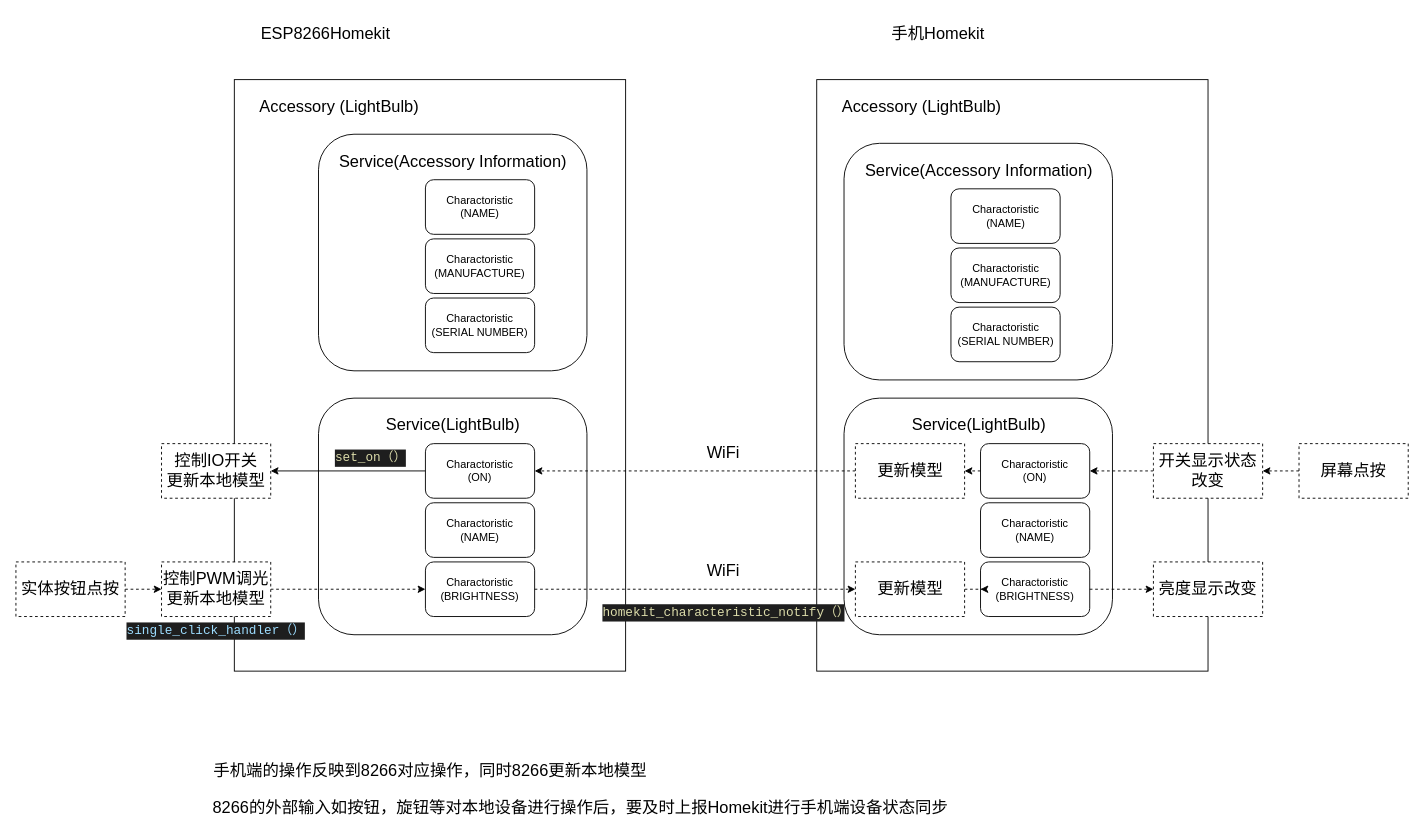
Before: LightBulb/homekit模型.drawio in foggyhlw/homekit-diy, a draw.io diagram. Source tidied: cells renumbered, new cells numbered last; positions are measured from the earlier drawing's top-left corner, leaving out a move shared by most shapes. Both pictures are drawn from the tidied source at 91%, with x=0, y=0 at pixel (15, 25).
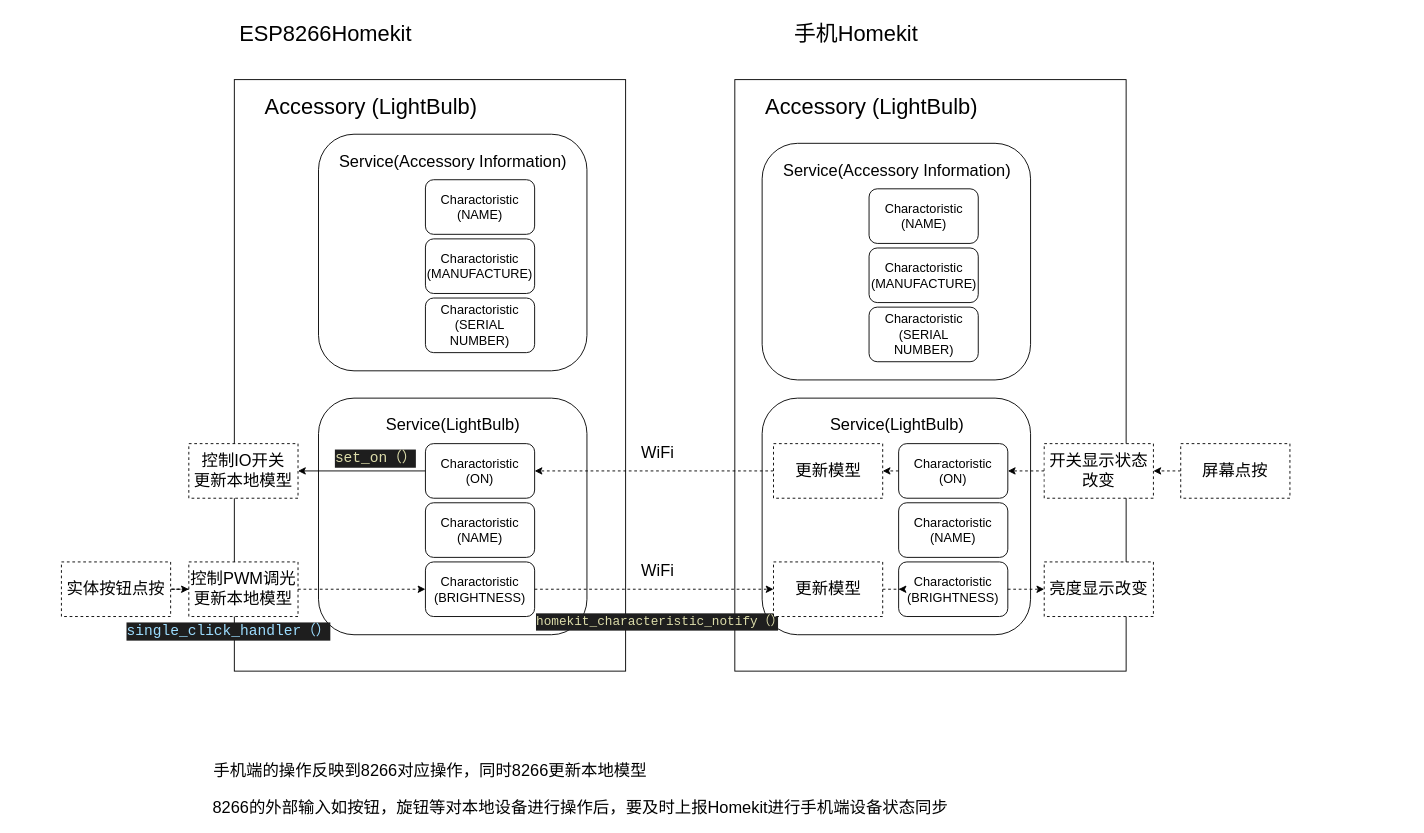
Above is the later version.

The change refers to these unchanged cells:
```xml
<mxCell id="6" style="group;" parent="1" vertex="1">
  <mxGeometry x="450" y="170" width="120" height="190" as="geometry" />
</mxCell>
<mxCell id="12" style="group;" parent="1" vertex="1">
  <mxGeometry x="450" y="460" width="120" height="190" as="geometry" />
</mxCell>
```

Change to the diagram source:
```diff
@@
-    <mxCell id="4" value="&lt;font style=&quot;font-size: 18px;&quot;&gt;Accessory (LightBulb)&lt;/font&gt;" style="text;html=1;align=center;verticalAlign=middle;fillColor=none;strokeColor=none;rounded=0;" parent="1" vertex="1">
-      <mxGeometry x="260" y="80" width="190" height="20" as="geometry" />
+    <mxCell id="4" value="&lt;font style=&quot;font-size: 24px;&quot;&gt;Accessory (LightBulb)&lt;/font&gt;" style="text;html=1;align=center;verticalAlign=middle;fillColor=none;strokeColor=none;rounded=0;" parent="1" vertex="1">
+      <mxGeometry x="260" y="70" width="260" height="40" as="geometry" />
     </mxCell>
@@
-    <mxCell id="7" value="Charactoristic&lt;br&gt;(NAME)" style="rounded=1;whiteSpace=wrap;html=1;" parent="6" vertex="1">
+    <mxCell id="7" value="&lt;font style=&quot;font-size: 14px;&quot;&gt;Charactoristic&lt;br&gt;(NAME)&lt;/font&gt;" style="rounded=1;whiteSpace=wrap;html=1;" parent="6" vertex="1">
       <mxGeometry width="120" height="60" as="geometry" />
     </mxCell>
-    <mxCell id="8" value="&lt;span style=&quot;&quot;&gt;Charactoristic&lt;/span&gt;&lt;br style=&quot;&quot;&gt;&lt;span style=&quot;&quot;&gt;(MANUFACTURE)&lt;/span&gt;" style="rounded=1;whiteSpace=wrap;html=1;" parent="6" vertex="1">
+    <mxCell id="8" value="&lt;font style=&quot;font-size: 14px;&quot;&gt;&lt;span style=&quot;&quot;&gt;Charactoristic&lt;/span&gt;&lt;br style=&quot;&quot;&gt;&lt;span style=&quot;&quot;&gt;(MANUFACTURE)&lt;/span&gt;&lt;/font&gt;" style="rounded=1;whiteSpace=wrap;html=1;" parent="6" vertex="1">
       <mxGeometry y="65" width="120" height="60" as="geometry" />
     </mxCell>
-    <mxCell id="9" value="&lt;span style=&quot;&quot;&gt;Charactoristic&lt;/span&gt;&lt;br style=&quot;&quot;&gt;&lt;span style=&quot;&quot;&gt;(SERIAL NUMBER)&lt;/span&gt;" style="rounded=1;whiteSpace=wrap;html=1;" parent="6" vertex="1">
+    <mxCell id="9" value="&lt;font style=&quot;font-size: 14px;&quot;&gt;&lt;span style=&quot;&quot;&gt;Charactoristic&lt;/span&gt;&lt;br style=&quot;&quot;&gt;&lt;span style=&quot;&quot;&gt;(SERIAL NUMBER)&lt;/span&gt;&lt;/font&gt;" style="rounded=1;whiteSpace=wrap;html=1;" parent="6" vertex="1">
       <mxGeometry y="130" width="120" height="60" as="geometry" />
     </mxCell>
@@
-    <mxCell id="13" value="Charactoristic&lt;br&gt;(ON)" style="rounded=1;whiteSpace=wrap;html=1;" parent="12" vertex="1">
+    <mxCell id="13" value="&lt;font style=&quot;font-size: 14px;&quot;&gt;Charactoristic&lt;br&gt;(ON)&lt;/font&gt;" style="rounded=1;whiteSpace=wrap;html=1;" parent="12" vertex="1">
       <mxGeometry width="120" height="60" as="geometry" />
     </mxCell>
-    <mxCell id="14" value="&lt;span style=&quot;&quot;&gt;Charactoristic&lt;/span&gt;&lt;br style=&quot;&quot;&gt;&lt;span style=&quot;&quot;&gt;(NAME)&lt;/span&gt;" style="rounded=1;whiteSpace=wrap;html=1;" parent="12" vertex="1">
+    <mxCell id="14" value="&lt;font style=&quot;font-size: 14px;&quot;&gt;&lt;span style=&quot;&quot;&gt;Charactoristic&lt;/span&gt;&lt;br style=&quot;&quot;&gt;&lt;span style=&quot;&quot;&gt;(NAME)&lt;/span&gt;&lt;/font&gt;" style="rounded=1;whiteSpace=wrap;html=1;" parent="12" vertex="1">
       <mxGeometry y="65" width="120" height="60" as="geometry" />
     </mxCell>
-    <mxCell id="15" value="&lt;span style=&quot;&quot;&gt;Charactoristic&lt;/span&gt;&lt;br style=&quot;&quot;&gt;&lt;span style=&quot;&quot;&gt;(BRIGHTNESS)&lt;/span&gt;" style="rounded=1;whiteSpace=wrap;html=1;" parent="12" vertex="1">
+    <mxCell id="15" value="&lt;font style=&quot;font-size: 14px;&quot;&gt;&lt;span style=&quot;&quot;&gt;Charactoristic&lt;/span&gt;&lt;br style=&quot;&quot;&gt;&lt;span style=&quot;&quot;&gt;(BRIGHTNESS)&lt;/span&gt;&lt;/font&gt;" style="rounded=1;whiteSpace=wrap;html=1;" parent="12" vertex="1">
       <mxGeometry y="130" width="120" height="60" as="geometry" />
     </mxCell>
     <mxCell id="16" style="rounded=0;whiteSpace=wrap;html=1;" parent="1" vertex="1">
-      <mxGeometry x="880" y="60" width="430" height="650" as="geometry" />
+      <mxGeometry x="790" y="60" width="430" height="650" as="geometry" />
     </mxCell>
     <mxCell id="17" style="rounded=1;whiteSpace=wrap;html=1;" parent="1" vertex="1">
-      <mxGeometry x="910" y="130" width="295" height="260" as="geometry" />
+      <mxGeometry x="820" y="130" width="295" height="260" as="geometry" />
     </mxCell>
-    <mxCell id="18" value="&lt;font style=&quot;font-size: 18px;&quot;&gt;Accessory (LightBulb)&lt;/font&gt;" style="text;html=1;align=center;verticalAlign=middle;fillColor=none;strokeColor=none;rounded=0;" parent="1" vertex="1">
-      <mxGeometry x="900" y="80" width="190" height="20" as="geometry" />
+    <mxCell id="18" value="&lt;font style=&quot;font-size: 24px;&quot;&gt;Accessory (LightBulb)&lt;/font&gt;" style="text;html=1;align=center;verticalAlign=middle;fillColor=none;strokeColor=none;rounded=0;" parent="1" vertex="1">
+      <mxGeometry x="810" y="70" width="260" height="40" as="geometry" />
     </mxCell>
     <mxCell id="19" value="&lt;font style=&quot;font-size: 18px;&quot;&gt;Service(Accessory Information)&lt;/font&gt;" style="text;html=1;align=center;verticalAlign=middle;fillColor=none;strokeColor=none;rounded=0;" parent="1" vertex="1">
-      <mxGeometry x="922.5" y="150" width="270" height="20" as="geometry" />
+      <mxGeometry x="832.5" y="150" width="270" height="20" as="geometry" />
     </mxCell>
     <mxCell id="20" style="group;" parent="1" vertex="1">
-      <mxGeometry x="1027.5" y="180" width="120" height="190" as="geometry" />
+      <mxGeometry x="937.5" y="180" width="120" height="190" as="geometry" />
     </mxCell>
-    <mxCell id="21" value="Charactoristic&lt;br&gt;(NAME)" style="rounded=1;whiteSpace=wrap;html=1;" parent="20" vertex="1">
+    <mxCell id="21" value="&lt;font style=&quot;font-size: 14px;&quot;&gt;Charactoristic&lt;br&gt;(NAME)&lt;/font&gt;" style="rounded=1;whiteSpace=wrap;html=1;" parent="20" vertex="1">
       <mxGeometry width="120" height="60" as="geometry" />
     </mxCell>
-    <mxCell id="22" value="&lt;span style=&quot;&quot;&gt;Charactoristic&lt;/span&gt;&lt;br style=&quot;&quot;&gt;&lt;span style=&quot;&quot;&gt;(MANUFACTURE)&lt;/span&gt;" style="rounded=1;whiteSpace=wrap;html=1;" parent="20" vertex="1">
+    <mxCell id="22" value="&lt;font style=&quot;font-size: 14px;&quot;&gt;&lt;span style=&quot;&quot;&gt;Charactoristic&lt;/span&gt;&lt;br style=&quot;&quot;&gt;&lt;span style=&quot;&quot;&gt;(MANUFACTURE)&lt;/span&gt;&lt;/font&gt;" style="rounded=1;whiteSpace=wrap;html=1;" parent="20" vertex="1">
       <mxGeometry y="65" width="120" height="60" as="geometry" />
     </mxCell>
-    <mxCell id="23" value="&lt;span style=&quot;&quot;&gt;Charactoristic&lt;/span&gt;&lt;br style=&quot;&quot;&gt;&lt;span style=&quot;&quot;&gt;(SERIAL NUMBER)&lt;/span&gt;" style="rounded=1;whiteSpace=wrap;html=1;" parent="20" vertex="1">
+    <mxCell id="23" value="&lt;font style=&quot;font-size: 14px;&quot;&gt;&lt;span style=&quot;&quot;&gt;Charactoristic&lt;/span&gt;&lt;br style=&quot;&quot;&gt;&lt;span style=&quot;&quot;&gt;(SERIAL NUMBER)&lt;/span&gt;&lt;/font&gt;" style="rounded=1;whiteSpace=wrap;html=1;" parent="20" vertex="1">
       <mxGeometry y="130" width="120" height="60" as="geometry" />
     </mxCell>
     <mxCell id="24" style="rounded=1;whiteSpace=wrap;html=1;" parent="1" vertex="1">
-      <mxGeometry x="910" y="410" width="295" height="260" as="geometry" />
+      <mxGeometry x="820" y="410" width="295" height="260" as="geometry" />
     </mxCell>
     <mxCell id="25" value="&lt;font style=&quot;font-size: 18px;&quot;&gt;Service(LightBulb)&lt;/font&gt;" style="text;html=1;align=center;verticalAlign=middle;fillColor=none;strokeColor=none;rounded=0;" parent="1" vertex="1">
-      <mxGeometry x="977.5" y="430" width="160" height="20" as="geometry" />
+      <mxGeometry x="887.5" y="430" width="160" height="20" as="geometry" />
     </mxCell>
     <mxCell id="26" style="group;" parent="1" vertex="1">
-      <mxGeometry x="1060" y="460" width="120" height="190" as="geometry" />
+      <mxGeometry x="970" y="460" width="120" height="190" as="geometry" />
     </mxCell>
-    <mxCell id="27" value="Charactoristic&lt;br&gt;(ON)" style="rounded=1;whiteSpace=wrap;html=1;" parent="26" vertex="1">
+    <mxCell id="27" value="&lt;font style=&quot;font-size: 14px;&quot;&gt;Charactoristic&lt;br&gt;(ON)&lt;/font&gt;" style="rounded=1;whiteSpace=wrap;html=1;" parent="26" vertex="1">
       <mxGeometry width="120" height="60" as="geometry" />
     </mxCell>
-    <mxCell id="28" value="&lt;span style=&quot;&quot;&gt;Charactoristic&lt;/span&gt;&lt;br style=&quot;&quot;&gt;&lt;span style=&quot;&quot;&gt;(NAME)&lt;/span&gt;" style="rounded=1;whiteSpace=wrap;html=1;" parent="26" vertex="1">
+    <mxCell id="28" value="&lt;font style=&quot;font-size: 14px;&quot;&gt;&lt;span style=&quot;&quot;&gt;Charactoristic&lt;/span&gt;&lt;br style=&quot;&quot;&gt;&lt;span style=&quot;&quot;&gt;(NAME)&lt;/span&gt;&lt;/font&gt;" style="rounded=1;whiteSpace=wrap;html=1;" parent="26" vertex="1">
       <mxGeometry y="65" width="120" height="60" as="geometry" />
     </mxCell>
-    <mxCell id="29" value="&lt;span style=&quot;&quot;&gt;Charactoristic&lt;/span&gt;&lt;br style=&quot;&quot;&gt;&lt;span style=&quot;&quot;&gt;(BRIGHTNESS)&lt;/span&gt;" style="rounded=1;whiteSpace=wrap;html=1;" parent="26" vertex="1">
+    <mxCell id="29" value="&lt;font style=&quot;font-size: 14px;&quot;&gt;&lt;span style=&quot;&quot;&gt;Charactoristic&lt;/span&gt;&lt;br style=&quot;&quot;&gt;&lt;span style=&quot;&quot;&gt;(BRIGHTNESS)&lt;/span&gt;&lt;/font&gt;" style="rounded=1;whiteSpace=wrap;html=1;" parent="26" vertex="1">
       <mxGeometry y="130" width="120" height="60" as="geometry" />
     </mxCell>
@@
     <mxCell id="31" value="屏幕点按" style="rounded=0;whiteSpace=wrap;html=1;labelBackgroundColor=#FFFFFF;fontSize=18;dashed=1;" parent="1" vertex="1">
-      <mxGeometry x="1410" y="460" width="120" height="60" as="geometry" />
+      <mxGeometry x="1280" y="460" width="120" height="60" as="geometry" />
     </mxCell>
-    <mxCell id="32" value="&lt;font style=&quot;font-size: 18px;&quot;&gt;手机Homekit&lt;/font&gt;" style="text;html=1;align=center;verticalAlign=middle;fillColor=none;strokeColor=none;rounded=0;" parent="1" vertex="1">
-      <mxGeometry x="952.5" width="120" height="20" as="geometry" />
+    <mxCell id="32" value="&lt;font style=&quot;font-size: 24px;&quot;&gt;手机Homekit&lt;/font&gt;" style="text;html=1;align=center;verticalAlign=middle;fillColor=none;strokeColor=none;rounded=0;" parent="1" vertex="1">
+      <mxGeometry x="842.5" y="-10" width="160" height="40" as="geometry" />
     </mxCell>
-    <mxCell id="33" value="&lt;span style=&quot;font-size: 18px;&quot;&gt;ESP8266Homekit&lt;/span&gt;" style="text;html=1;align=center;verticalAlign=middle;fillColor=none;strokeColor=none;rounded=0;" parent="1" vertex="1">
-      <mxGeometry x="260" width="160" height="20" as="geometry" />
+    <mxCell id="33" value="&lt;font style=&quot;font-size: 24px;&quot;&gt;ESP8266Homekit&lt;/font&gt;" style="text;html=1;align=center;verticalAlign=middle;fillColor=none;strokeColor=none;rounded=0;" parent="1" vertex="1">
+      <mxGeometry x="235" y="-10" width="210" height="40" as="geometry" />
     </mxCell>
@@
     <mxCell id="37" value="&lt;font style=&quot;font-size: 18px;&quot;&gt;WiFi&lt;/font&gt;" style="text;html=1;align=center;verticalAlign=middle;fillColor=none;strokeColor=none;rounded=0;" parent="1" vertex="1">
-      <mxGeometry x="752" y="460" width="50" height="20" as="geometry" />
+      <mxGeometry x="680" y="460" width="50" height="20" as="geometry" />
     </mxCell>
     <mxCell id="38" value="控制IO开关&lt;br&gt;更新本地模型" style="rounded=0;whiteSpace=wrap;html=1;labelBackgroundColor=#FFFFFF;fontSize=18;dashed=1;" parent="1" vertex="1">
-      <mxGeometry x="160" y="460" width="120" height="60" as="geometry" />
+      <mxGeometry x="190" y="460" width="120" height="60" as="geometry" />
     </mxCell>
@@
     <mxCell id="40" value="更新模型" style="rounded=0;whiteSpace=wrap;html=1;dashed=1;labelBackgroundColor=#FFFFFF;fontSize=18;" parent="1" vertex="1">
-      <mxGeometry x="922.5" y="460" width="120" height="60" as="geometry" />
+      <mxGeometry x="832.5" y="460" width="120" height="60" as="geometry" />
     </mxCell>
-    <mxCell id="41" value="&lt;div style=&quot;color: rgb(212, 212, 212); background-color: rgb(30, 30, 30); font-family: Consolas, &amp;quot;Courier New&amp;quot;, monospace; font-weight: normal; font-size: 14px; line-height: 19px;&quot;&gt;&lt;div&gt;&lt;span style=&quot;color: #dcdcaa;&quot;&gt;set_on（）&lt;/span&gt;&lt;/div&gt;&lt;/div&gt;" style="text;whiteSpace=wrap;html=1;fontSize=18;" parent="1" vertex="1">
+    <mxCell id="41" value="&lt;div style=&quot;color: rgb(212, 212, 212); background-color: rgb(30, 30, 30); font-family: Consolas, &amp;quot;Courier New&amp;quot;, monospace; font-weight: normal; line-height: 19px;&quot;&gt;&lt;div style=&quot;&quot;&gt;&lt;span style=&quot;color: rgb(220, 220, 170);&quot;&gt;&lt;font style=&quot;font-size: 16px;&quot;&gt;set_on（）&lt;/font&gt;&lt;/span&gt;&lt;/div&gt;&lt;/div&gt;" style="text;whiteSpace=wrap;html=1;fontSize=18;" parent="1" vertex="1">
       <mxGeometry x="349" y="460" width="91" height="30" as="geometry" />
     </mxCell>
@@
     <mxCell id="43" value="实体按钮点按" style="rounded=0;whiteSpace=wrap;html=1;labelBackgroundColor=#FFFFFF;fontSize=18;dashed=1;" parent="1" vertex="1">
-      <mxGeometry y="590" width="120" height="60" as="geometry" />
+      <mxGeometry x="50" y="590" width="120" height="60" as="geometry" />
     </mxCell>
@@
     <mxCell id="45" value="控制PWM调光&lt;br&gt;更新本地模型" style="rounded=0;whiteSpace=wrap;html=1;labelBackgroundColor=#FFFFFF;fontSize=18;dashed=1;" parent="1" vertex="1">
-      <mxGeometry x="160" y="590" width="120" height="60" as="geometry" />
+      <mxGeometry x="190" y="590" width="120" height="60" as="geometry" />
     </mxCell>
-    <mxCell id="46" value="&lt;div style=&quot;color: rgb(212, 212, 212); background-color: rgb(30, 30, 30); font-family: Consolas, &amp;quot;Courier New&amp;quot;, monospace; font-weight: normal; font-size: 14px; line-height: 19px;&quot;&gt;&lt;div&gt;&lt;span style=&quot;color: #9cdcfe;&quot;&gt;single_click_handler（）&lt;/span&gt;&lt;/div&gt;&lt;/div&gt;" style="text;whiteSpace=wrap;html=1;fontSize=18;" parent="1" vertex="1">
-      <mxGeometry x="120" y="650" width="200" height="30" as="geometry" />
+    <mxCell id="46" value="&lt;div style=&quot;color: rgb(212, 212, 212); background-color: rgb(30, 30, 30); font-family: Consolas, &amp;quot;Courier New&amp;quot;, monospace; font-weight: normal; line-height: 19px;&quot;&gt;&lt;div style=&quot;&quot;&gt;&lt;span style=&quot;color: rgb(156, 220, 254);&quot;&gt;&lt;font style=&quot;font-size: 16px;&quot;&gt;single_click_handler（）&lt;/font&gt;&lt;/span&gt;&lt;/div&gt;&lt;/div&gt;" style="text;whiteSpace=wrap;html=1;fontSize=18;" parent="1" vertex="1">
+      <mxGeometry x="120" y="650" width="240" height="30" as="geometry" />
     </mxCell>
     <mxCell id="47" style="edgeStyle=orthogonalEdgeStyle;rounded=0;jettySize=auto;html=1;dashed=1;fontSize=18;startArrow=none;" parent="1" edge="1" source="50">
       <mxGeometry relative="1" as="geometry">
-        <mxPoint x="1060" y="620" as="targetPoint" />
+        <mxPoint x="970" y="620" as="targetPoint" />
       </mxGeometry>
     </mxCell>
     <mxCell id="48" value="&lt;font style=&quot;font-size: 18px;&quot;&gt;WiFi&lt;/font&gt;" style="text;html=1;align=center;verticalAlign=middle;fillColor=none;strokeColor=none;rounded=0;" parent="1" vertex="1">
-      <mxGeometry x="752" y="590" width="50" height="20" as="geometry" />
+      <mxGeometry x="680" y="590" width="50" height="20" as="geometry" />
     </mxCell>
     <mxCell id="49" value="&lt;div style=&quot;color: rgb(212, 212, 212); background-color: rgb(30, 30, 30); font-family: Consolas, &amp;quot;Courier New&amp;quot;, monospace; font-weight: normal; font-size: 14px; line-height: 19px;&quot;&gt;&lt;div&gt;&lt;span style=&quot;color: #dcdcaa;&quot;&gt;homekit_characteristic_notify（）&lt;/span&gt;&lt;/div&gt;&lt;/div&gt;" style="text;whiteSpace=wrap;html=1;fontSize=18;" parent="1" vertex="1">
-      <mxGeometry x="643.2" y="630" width="267.5" height="30" as="geometry" />
+      <mxGeometry x="570" y="640" width="267.5" height="30" as="geometry" />
     </mxCell>
     <mxCell id="50" value="更新模型" style="rounded=0;whiteSpace=wrap;html=1;dashed=1;labelBackgroundColor=#FFFFFF;fontSize=18;" parent="1" vertex="1">
-      <mxGeometry x="922.5" y="590" width="120" height="60" as="geometry" />
+      <mxGeometry x="832.5" y="590" width="120" height="60" as="geometry" />
     </mxCell>
@@
     <mxCell id="53" value="亮度显示改变" style="rounded=0;whiteSpace=wrap;html=1;labelBackgroundColor=#FFFFFF;fontSize=18;dashed=1;" parent="1" vertex="1">
-      <mxGeometry x="1250" y="590" width="120" height="60" as="geometry" />
+      <mxGeometry x="1130" y="590" width="120" height="60" as="geometry" />
     </mxCell>
@@
     <mxCell id="55" style="edgeStyle=orthogonalEdgeStyle;rounded=0;jettySize=auto;html=1;dashed=1;fontSize=18;" parent="1" edge="1" source="56">
       <mxGeometry relative="1" as="geometry">
-        <mxPoint x="1180" y="490" as="targetPoint" />
+        <mxPoint x="1090" y="490" as="targetPoint" />
       </mxGeometry>
     </mxCell>
     <mxCell id="56" value="开关显示状态改变" style="rounded=0;whiteSpace=wrap;html=1;labelBackgroundColor=#FFFFFF;fontSize=18;dashed=1;" parent="1" vertex="1">
-      <mxGeometry x="1250" y="460" width="120" height="60" as="geometry" />
+      <mxGeometry x="1130" y="460" width="120" height="60" as="geometry" />
     </mxCell>
```
